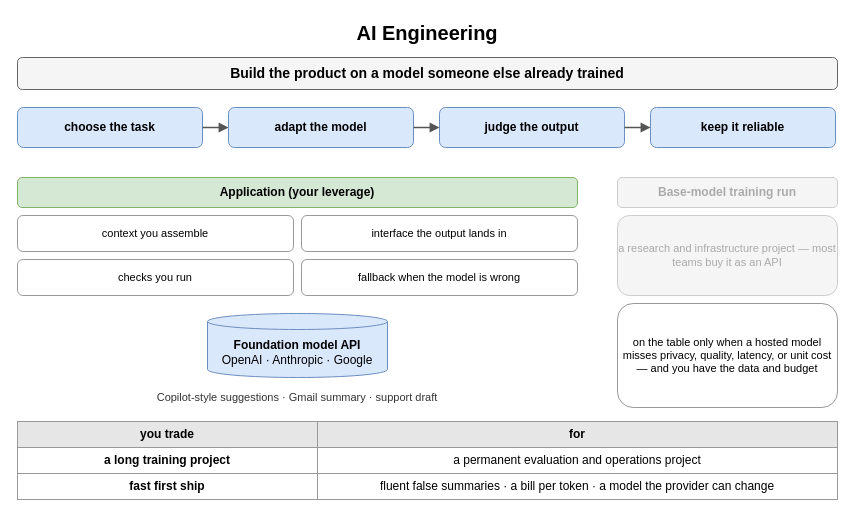
This is page "AI Engineering" (1 of 19) of content/10_AI_Engineering/01_Introduction_to_Building_AI_Applications_with_Foundation_Models/diagrams/ai-engineering-intro.drawio from amendez13/swe-study-guide, a draw.io file, before an edit. Source tidied: cells renumbered, new cells numbered last; positions are measured from the earlier drawing's top-left corner, leaving out a move shared by most shapes. Both pictures are drawn from the tidied source at 100%, with x=0, y=0 at pixel (17, 17).
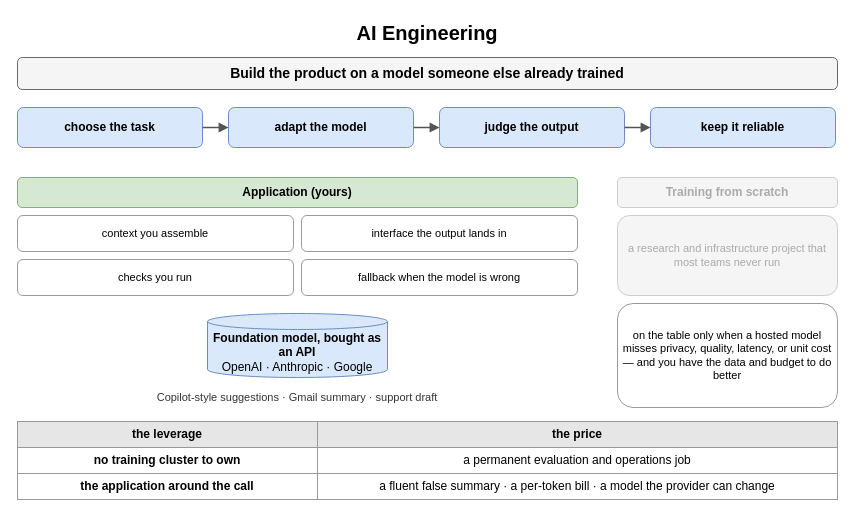
Above is the later version.

Commit message (it also covers changes not shown here):
docs(ai-eng): redraw chapter 1 diagrams that drifted from the card text

The edit, as a diff of the source:
```diff
@@
-    <mxCell id="11" value="Application (your leverage)" style="rounded=1;whiteSpace=wrap;html=1;fillColor=#d5e8d4;strokeColor=#82b366;fontSize=12;align=center;fontStyle=1;" parent="1" vertex="1">
+    <mxCell id="11" value="Application (yours)" style="rounded=1;whiteSpace=wrap;html=1;fillColor=#d5e8d4;strokeColor=#82b366;fontSize=12;align=center;fontStyle=1;" parent="1" vertex="1">
       <mxGeometry y="160" width="560" height="30" as="geometry" />
     </mxCell>
@@
-    <mxCell id="16" value="Foundation model API&lt;br&gt;&lt;span style='font-weight:normal'&gt;OpenAI · Anthropic · Google&lt;/span&gt;" style="shape=cylinder3;whiteSpace=wrap;html=1;boundedLbl=1;backgroundOutline=1;size=8;fillColor=#dae8fc;strokeColor=#6c8ebf;fontStyle=1;fontSize=12;" parent="1" vertex="1">
+    <mxCell id="16" value="Foundation model, bought as an API&lt;br&gt;&lt;span style='font-weight:normal'&gt;OpenAI · Anthropic · Google&lt;/span&gt;" style="shape=cylinder3;whiteSpace=wrap;html=1;boundedLbl=1;backgroundOutline=1;size=8;fillColor=#dae8fc;strokeColor=#6c8ebf;fontStyle=1;fontSize=12;" parent="1" vertex="1">
       <mxGeometry x="190" y="296" width="180" height="64" as="geometry" />
     </mxCell>
@@
-    <mxCell id="18" value="Base-model training run" style="rounded=1;whiteSpace=wrap;html=1;fillColor=#f5f5f5;strokeColor=#cccccc;fontSize=12;align=center;fontStyle=1;fontColor=#aaaaaa;" parent="1" vertex="1">
+    <mxCell id="18" value="Training from scratch" style="rounded=1;whiteSpace=wrap;html=1;fillColor=#f5f5f5;strokeColor=#cccccc;fontSize=12;align=center;fontStyle=1;fontColor=#aaaaaa;" parent="1" vertex="1">
       <mxGeometry x="600" y="160" width="220" height="30" as="geometry" />
     </mxCell>
-    <mxCell id="19" value="a research and infrastructure project — most teams buy it as an API" style="rounded=1;whiteSpace=wrap;html=1;fillColor=#f5f5f5;strokeColor=#cccccc;fontSize=11;align=center;fontColor=#aaaaaa;" parent="1" vertex="1">
+    <mxCell id="19" value="a research and infrastructure project that most teams never run" style="rounded=1;whiteSpace=wrap;html=1;fillColor=#f5f5f5;strokeColor=#cccccc;fontSize=11;align=center;fontColor=#aaaaaa;" parent="1" vertex="1">
       <mxGeometry x="600" y="198" width="220" height="80" as="geometry" />
     </mxCell>
-    <mxCell id="20" value="on the table only when a hosted model misses privacy, quality, latency, or unit cost — and you have the data and budget" style="rounded=1;whiteSpace=wrap;html=1;fillColor=#ffffff;strokeColor=#999999;fontSize=11;align=center;" parent="1" vertex="1">
+    <mxCell id="20" value="on the table only when a hosted model misses privacy, quality, latency, or unit cost — and you have the data and budget to do better" style="rounded=1;whiteSpace=wrap;html=1;fillColor=#ffffff;strokeColor=#999999;fontSize=11;align=center;" parent="1" vertex="1">
       <mxGeometry x="600" y="286" width="220" height="104" as="geometry" />
     </mxCell>
-    <mxCell id="21" value="you trade" style="whiteSpace=wrap;html=1;fillColor=#e6e6e6;strokeColor=#999999;fontStyle=1;fontSize=12;" parent="1" vertex="1">
+    <mxCell id="21" value="the leverage" style="whiteSpace=wrap;html=1;fillColor=#e6e6e6;strokeColor=#999999;fontStyle=1;fontSize=12;" parent="1" vertex="1">
       <mxGeometry y="404" width="300" height="26" as="geometry" />
     </mxCell>
-    <mxCell id="22" value="for" style="whiteSpace=wrap;html=1;fillColor=#e6e6e6;strokeColor=#999999;fontStyle=1;fontSize=12;" parent="1" vertex="1">
+    <mxCell id="22" value="the price" style="whiteSpace=wrap;html=1;fillColor=#e6e6e6;strokeColor=#999999;fontStyle=1;fontSize=12;" parent="1" vertex="1">
       <mxGeometry x="300" y="404" width="520" height="26" as="geometry" />
     </mxCell>
-    <mxCell id="23" value="a long training project" style="whiteSpace=wrap;html=1;strokeColor=#999999;fontSize=12;fillColor=#ffffff;fontStyle=1;" parent="1" vertex="1">
+    <mxCell id="23" value="no training cluster to own" style="whiteSpace=wrap;html=1;strokeColor=#999999;fontSize=12;fillColor=#ffffff;fontStyle=1;" parent="1" vertex="1">
       <mxGeometry y="430" width="300" height="26" as="geometry" />
     </mxCell>
-    <mxCell id="24" value="a permanent evaluation and operations project" style="whiteSpace=wrap;html=1;strokeColor=#999999;fontSize=12;fillColor=#ffffff;" parent="1" vertex="1">
+    <mxCell id="24" value="a permanent evaluation and operations job" style="whiteSpace=wrap;html=1;strokeColor=#999999;fontSize=12;fillColor=#ffffff;" parent="1" vertex="1">
       <mxGeometry x="300" y="430" width="520" height="26" as="geometry" />
     </mxCell>
-    <mxCell id="25" value="fast first ship" style="whiteSpace=wrap;html=1;strokeColor=#999999;fontSize=12;fillColor=#ffffff;fontStyle=1;" parent="1" vertex="1">
+    <mxCell id="25" value="the application around the call" style="whiteSpace=wrap;html=1;strokeColor=#999999;fontSize=12;fillColor=#ffffff;fontStyle=1;" parent="1" vertex="1">
       <mxGeometry y="456" width="300" height="26" as="geometry" />
     </mxCell>
-    <mxCell id="26" value="fluent false summaries · a bill per token · a model the provider can change" style="whiteSpace=wrap;html=1;strokeColor=#999999;fontSize=12;fillColor=#ffffff;" parent="1" vertex="1">
+    <mxCell id="26" value="a fluent false summary · a per-token bill · a model the provider can change" style="whiteSpace=wrap;html=1;strokeColor=#999999;fontSize=12;fillColor=#ffffff;" parent="1" vertex="1">
       <mxGeometry x="300" y="456" width="520" height="26" as="geometry" />
     </mxCell>
```
